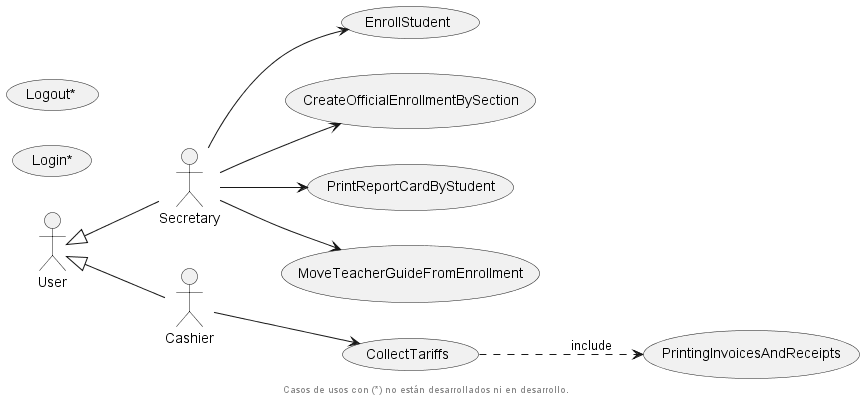
Earlier version of the PlantUML export out/UseCaseView/UseCases.png (wsmcbl/wsmcbl.doc).
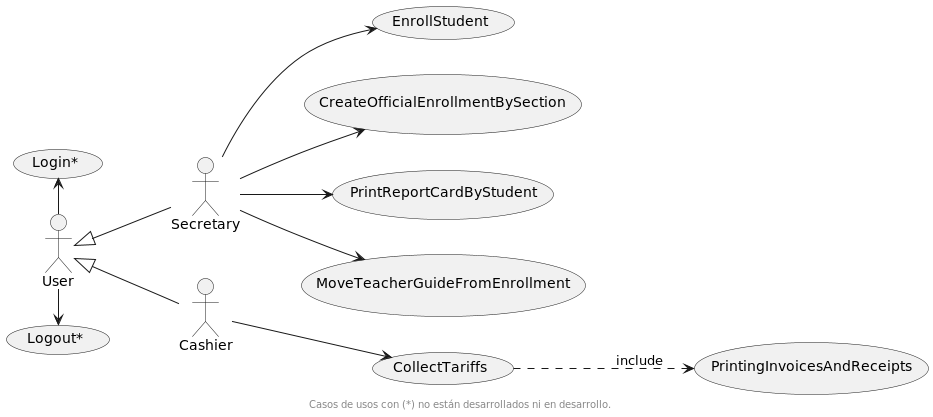
Later version of the same file.

Change to the diagram source:
```diff
@@ -19,7 +19,8 @@
 usecase CollectTariffs
 
 
-
+User -left-> "Login*"
+User -right-> "Logout*"
 
 Secretary --> EnrollStudent
 Secretary --> CreateOfficialEnrollmentBySection
```
